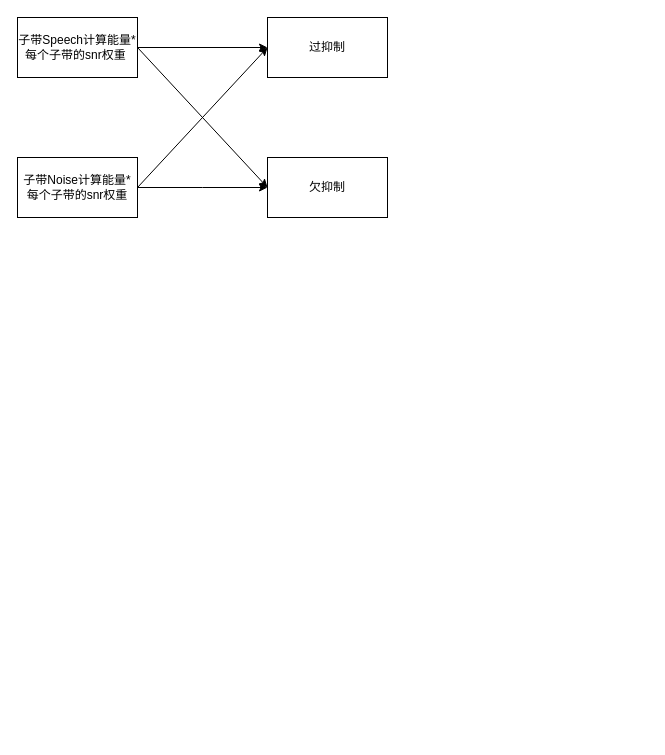
Earlier version of the draw.io diagram lossfunc.drawio (linan2/A-Convolutional-Recurrent-Neural-Network-for-Real-Time-Speech-Enhancement). Source tidied: cells renumbered, new cells numbered last; positions are measured from the earlier drawing's top-left corner, leaving out a move shared by most shapes. Both pictures are drawn from the tidied source at 100%, with x=0, y=0 at pixel (17, 17).
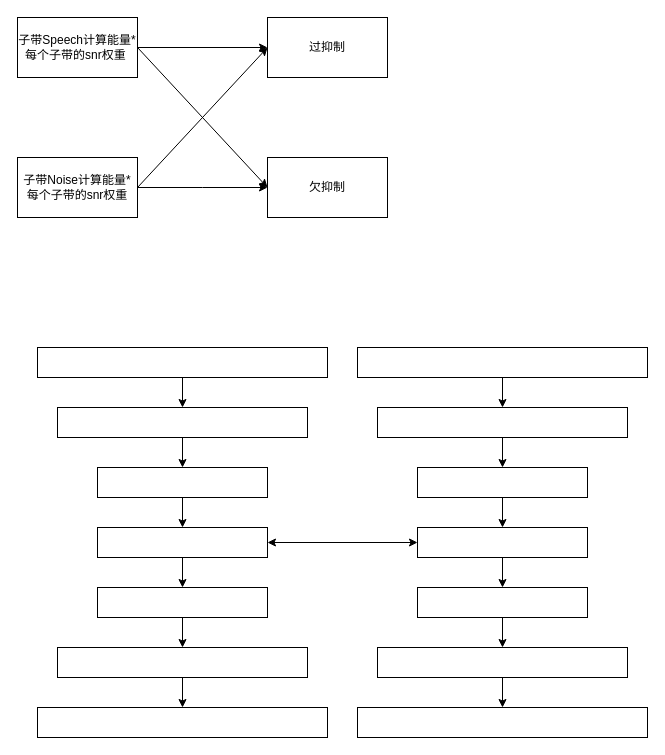
Above is the later version.

Diff of the diagram source:
```diff
@@
+    <mxCell id="10" style="edgeStyle=orthogonalEdgeStyle;rounded=0;jettySize=auto;html=1;exitX=0.5;exitY=1;exitDx=0;exitDy=0;entryX=0.5;entryY=0;entryDx=0;entryDy=0;" parent="1" edge="1" source="11" target="13">
+      <mxGeometry relative="1" as="geometry" />
+    </mxCell>
+    <mxCell id="11" style="rounded=0;whiteSpace=wrap;html=1;" parent="1" vertex="1">
+      <mxGeometry x="20" y="330" width="290" height="30" as="geometry" />
+    </mxCell>
+    <mxCell id="12" style="edgeStyle=orthogonalEdgeStyle;rounded=0;jettySize=auto;html=1;exitX=0.5;exitY=1;exitDx=0;exitDy=0;entryX=0.5;entryY=0;entryDx=0;entryDy=0;" parent="1" edge="1" source="13" target="15">
+      <mxGeometry relative="1" as="geometry" />
+    </mxCell>
+    <mxCell id="13" style="rounded=0;whiteSpace=wrap;html=1;" parent="1" vertex="1">
+      <mxGeometry x="40" y="390" width="250" height="30" as="geometry" />
+    </mxCell>
+    <mxCell id="14" style="edgeStyle=orthogonalEdgeStyle;rounded=0;jettySize=auto;html=1;exitX=0.5;exitY=1;exitDx=0;exitDy=0;entryX=0.5;entryY=0;entryDx=0;entryDy=0;" parent="1" edge="1" source="15" target="17">
+      <mxGeometry relative="1" as="geometry" />
+    </mxCell>
+    <mxCell id="15" style="rounded=0;whiteSpace=wrap;html=1;" parent="1" vertex="1">
+      <mxGeometry x="80" y="450" width="170" height="30" as="geometry" />
+    </mxCell>
+    <mxCell id="16" style="edgeStyle=orthogonalEdgeStyle;rounded=0;jettySize=auto;html=1;exitX=0.5;exitY=1;exitDx=0;exitDy=0;entryX=0.5;entryY=0;entryDx=0;entryDy=0;" parent="1" edge="1" source="17" target="19">
+      <mxGeometry relative="1" as="geometry" />
+    </mxCell>
+    <mxCell id="17" style="rounded=0;whiteSpace=wrap;html=1;" parent="1" vertex="1">
+      <mxGeometry x="80" y="510" width="170" height="30" as="geometry" />
+    </mxCell>
+    <mxCell id="18" style="edgeStyle=orthogonalEdgeStyle;rounded=0;jettySize=auto;html=1;exitX=0.5;exitY=1;exitDx=0;exitDy=0;entryX=0.5;entryY=0;entryDx=0;entryDy=0;" parent="1" edge="1" source="19" target="21">
+      <mxGeometry relative="1" as="geometry" />
+    </mxCell>
+    <mxCell id="19" style="rounded=0;whiteSpace=wrap;html=1;" parent="1" vertex="1">
+      <mxGeometry x="80" y="570" width="170" height="30" as="geometry" />
+    </mxCell>
+    <mxCell id="20" style="edgeStyle=orthogonalEdgeStyle;rounded=0;jettySize=auto;html=1;exitX=0.5;exitY=1;exitDx=0;exitDy=0;entryX=0.5;entryY=0;entryDx=0;entryDy=0;" parent="1" edge="1" source="21" target="22">
+      <mxGeometry relative="1" as="geometry" />
+    </mxCell>
+    <mxCell id="21" style="rounded=0;whiteSpace=wrap;html=1;" parent="1" vertex="1">
+      <mxGeometry x="40" y="630" width="250" height="30" as="geometry" />
+    </mxCell>
+    <mxCell id="22" style="rounded=0;whiteSpace=wrap;html=1;" parent="1" vertex="1">
+      <mxGeometry x="20" y="690" width="290" height="30" as="geometry" />
+    </mxCell>
+    <mxCell id="23" style="edgeStyle=orthogonalEdgeStyle;rounded=0;jettySize=auto;html=1;exitX=0.5;exitY=1;exitDx=0;exitDy=0;entryX=0.5;entryY=0;entryDx=0;entryDy=0;" parent="1" edge="1" source="24" target="26">
+      <mxGeometry relative="1" as="geometry" />
+    </mxCell>
+    <mxCell id="24" style="rounded=0;whiteSpace=wrap;html=1;" parent="1" vertex="1">
+      <mxGeometry x="340" y="330" width="290" height="30" as="geometry" />
+    </mxCell>
+    <mxCell id="25" style="edgeStyle=orthogonalEdgeStyle;rounded=0;jettySize=auto;html=1;exitX=0.5;exitY=1;exitDx=0;exitDy=0;entryX=0.5;entryY=0;entryDx=0;entryDy=0;" parent="1" edge="1" source="26" target="28">
+      <mxGeometry relative="1" as="geometry" />
+    </mxCell>
+    <mxCell id="26" style="rounded=0;whiteSpace=wrap;html=1;" parent="1" vertex="1">
+      <mxGeometry x="360" y="390" width="250" height="30" as="geometry" />
+    </mxCell>
+    <mxCell id="27" style="edgeStyle=orthogonalEdgeStyle;rounded=0;jettySize=auto;html=1;exitX=0.5;exitY=1;exitDx=0;exitDy=0;entryX=0.5;entryY=0;entryDx=0;entryDy=0;" parent="1" edge="1" source="28" target="30">
+      <mxGeometry relative="1" as="geometry" />
+    </mxCell>
+    <mxCell id="28" style="rounded=0;whiteSpace=wrap;html=1;" parent="1" vertex="1">
+      <mxGeometry x="400" y="450" width="170" height="30" as="geometry" />
+    </mxCell>
+    <mxCell id="29" style="edgeStyle=orthogonalEdgeStyle;rounded=0;jettySize=auto;html=1;exitX=0.5;exitY=1;exitDx=0;exitDy=0;entryX=0.5;entryY=0;entryDx=0;entryDy=0;" parent="1" edge="1" source="30" target="32">
+      <mxGeometry relative="1" as="geometry" />
+    </mxCell>
+    <mxCell id="30" style="rounded=0;whiteSpace=wrap;html=1;" parent="1" vertex="1">
+      <mxGeometry x="400" y="510" width="170" height="30" as="geometry" />
+    </mxCell>
+    <mxCell id="31" style="edgeStyle=orthogonalEdgeStyle;rounded=0;jettySize=auto;html=1;exitX=0.5;exitY=1;exitDx=0;exitDy=0;entryX=0.5;entryY=0;entryDx=0;entryDy=0;" parent="1" edge="1" source="32" target="34">
+      <mxGeometry relative="1" as="geometry" />
+    </mxCell>
+    <mxCell id="32" style="rounded=0;whiteSpace=wrap;html=1;" parent="1" vertex="1">
+      <mxGeometry x="400" y="570" width="170" height="30" as="geometry" />
+    </mxCell>
+    <mxCell id="33" style="edgeStyle=orthogonalEdgeStyle;rounded=0;jettySize=auto;html=1;exitX=0.5;exitY=1;exitDx=0;exitDy=0;entryX=0.5;entryY=0;entryDx=0;entryDy=0;" parent="1" edge="1" source="34" target="35">
+      <mxGeometry relative="1" as="geometry" />
+    </mxCell>
+    <mxCell id="34" style="rounded=0;whiteSpace=wrap;html=1;" parent="1" vertex="1">
+      <mxGeometry x="360" y="630" width="250" height="30" as="geometry" />
+    </mxCell>
+    <mxCell id="35" style="rounded=0;whiteSpace=wrap;html=1;" parent="1" vertex="1">
+      <mxGeometry x="340" y="690" width="290" height="30" as="geometry" />
+    </mxCell>
+    <mxCell id="36" style="endArrow=classic;startArrow=classic;html=1;rounded=0;exitX=1;exitY=0.5;exitDx=0;exitDy=0;entryX=0;entryY=0.5;entryDx=0;entryDy=0;" parent="1" edge="1" source="17" target="30">
+      <mxGeometry relative="1" as="geometry" />
+    </mxCell>
```
